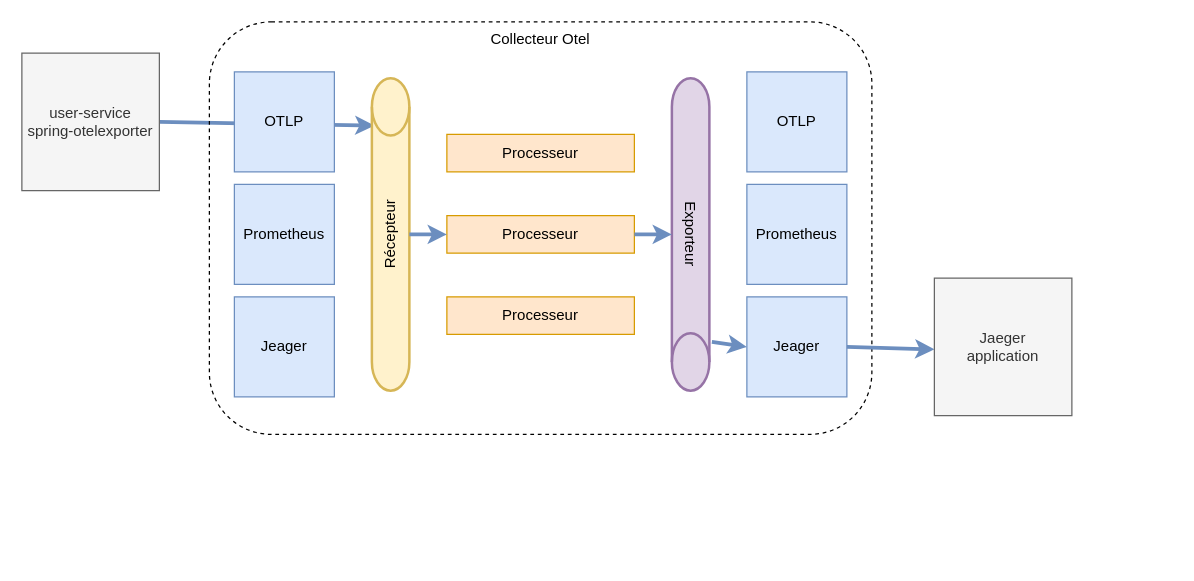
The draw.io diagram images/otel.drawio in chvois1/otel-spring, before the edit. Source tidied: cells renumbered, new cells numbered last; positions are measured from the earlier drawing's top-left corner, leaving out a move shared by most shapes. Both pictures are drawn from the tidied source at 125%, with x=0, y=0 at pixel (21, 21).
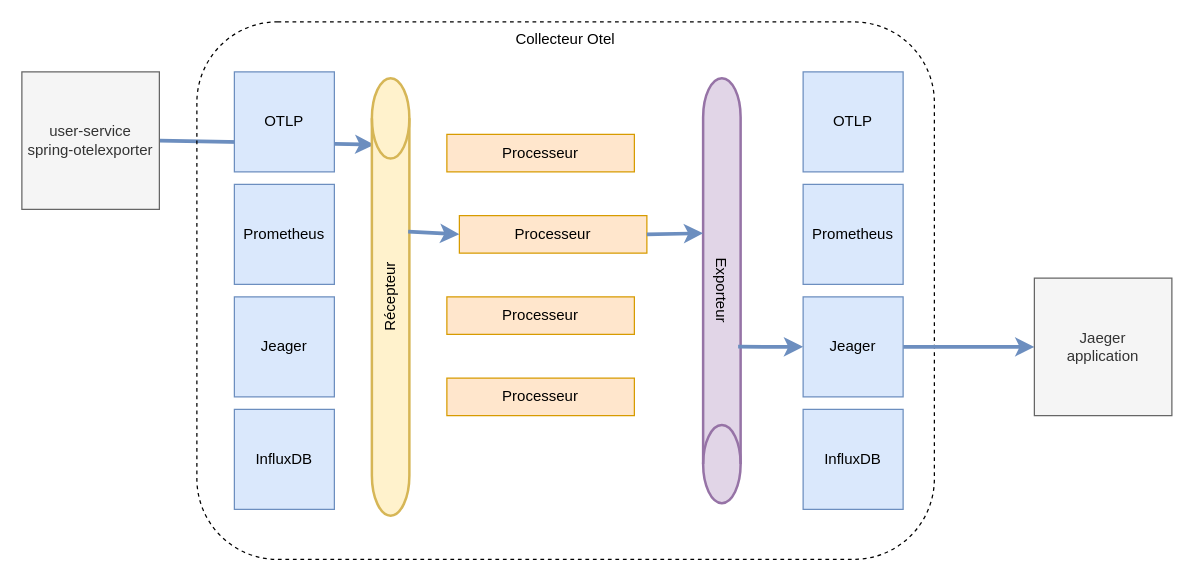
After the change.

Change to the diagram source:
```diff
@@
-    <mxCell id="2" style="endArrow=classic;html=1;rounded=0;strokeWidth=3;fillColor=#dae8fc;strokeColor=#6c8ebf;entryX=0.848;entryY=0.067;entryDx=0;entryDy=0;entryPerimeter=0;" parent="1" edge="1" target="7">
-      <mxGeometry relative="1" as="geometry">
-        <mxPoint x="110" y="80" as="sourcePoint" />
-      </mxGeometry>
+    <mxCell id="2" style="endArrow=classic;html=1;rounded=0;strokeWidth=3;fillColor=#dae8fc;strokeColor=#6c8ebf;entryX=0.848;entryY=0.067;entryDx=0;entryDy=0;entryPerimeter=0;exitX=1;exitY=0.5;exitDx=0;exitDy=0;" parent="1" edge="1" source="19" target="7">
+      <mxGeometry relative="1" as="geometry" />
     </mxCell>
     <mxCell id="3" value="Collecteur Otel" style="rounded=1;whiteSpace=wrap;html=1;fillColor=none;dashed=1;align=center;verticalAlign=top;" parent="1" vertex="1">
-      <mxGeometry x="150" width="530" height="330" as="geometry" />
+      <mxGeometry x="140" width="590" height="430" as="geometry" />
     </mxCell>
@@
     <mxCell id="7" value="Récepteur" style="strokeWidth=2;html=1;shape=mxgraph.flowchart.direct_data;whiteSpace=wrap;rotation=-90;fillColor=#fff2cc;strokeColor=#d6b656;" parent="1" vertex="1">
-      <mxGeometry x="170" y="155" width="250" height="30" as="geometry" />
+      <mxGeometry x="120" y="205" width="350" height="30" as="geometry" />
     </mxCell>
     <mxCell id="8" value="Exporteur" style="strokeWidth=2;html=1;shape=mxgraph.flowchart.direct_data;whiteSpace=wrap;rotation=90;fillColor=#e1d5e7;strokeColor=#9673a6;" parent="1" vertex="1">
-      <mxGeometry x="410" y="155" width="250" height="30" as="geometry" />
+      <mxGeometry x="390" y="200" width="340" height="30" as="geometry" />
     </mxCell>
     <mxCell id="9" value="OTLP" style="whiteSpace=wrap;html=1;fillColor=#dae8fc;strokeColor=#6c8ebf;" parent="1" vertex="1">
-      <mxGeometry x="580" y="40" width="80" height="80" as="geometry" />
+      <mxGeometry x="625" y="40" width="80" height="80" as="geometry" />
     </mxCell>
-    <mxCell id="10" value="Jeager" style="whiteSpace=wrap;html=1;fillColor=#dae8fc;strokeColor=#6c8ebf;" parent="1" vertex="1">
-      <mxGeometry x="580" y="220" width="80" height="80" as="geometry" />
-    </mxCell>
     <mxCell id="11" value="Prometheus" style="whiteSpace=wrap;html=1;fillColor=#dae8fc;strokeColor=#6c8ebf;" parent="1" vertex="1">
-      <mxGeometry x="580" y="130" width="80" height="80" as="geometry" />
+      <mxGeometry x="625" y="130" width="80" height="80" as="geometry" />
     </mxCell>
@@
     <mxCell id="13" value="Processeur" style="rounded=0;whiteSpace=wrap;html=1;fillColor=#ffe6cc;strokeColor=#d79b00;" parent="1" vertex="1">
-      <mxGeometry x="340" y="155" width="150" height="30" as="geometry" />
+      <mxGeometry x="350" y="155" width="150" height="30" as="geometry" />
     </mxCell>
@@
-    <mxCell id="15" style="endArrow=classic;html=1;rounded=0;strokeWidth=3;fillColor=#dae8fc;strokeColor=#6c8ebf;entryX=0;entryY=0.5;entryDx=0;entryDy=0;exitX=0.5;exitY=1;exitDx=0;exitDy=0;exitPerimeter=0;" parent="1" edge="1" source="7" target="13">
+    <mxCell id="15" style="endArrow=classic;html=1;rounded=0;strokeWidth=3;fillColor=#dae8fc;strokeColor=#6c8ebf;entryX=0;entryY=0.5;entryDx=0;entryDy=0;exitX=0.649;exitY=0.967;exitDx=0;exitDy=0;exitPerimeter=0;" parent="1" edge="1" source="7" target="13">
       <mxGeometry relative="1" as="geometry" />
     </mxCell>
-    <mxCell id="16" style="endArrow=classic;html=1;rounded=0;strokeWidth=3;fillColor=#dae8fc;strokeColor=#6c8ebf;entryX=0.5;entryY=1;entryDx=0;entryDy=0;exitX=1;exitY=0.5;exitDx=0;exitDy=0;entryPerimeter=0;" parent="1" edge="1" source="13" target="8">
+    <mxCell id="16" style="endArrow=classic;html=1;rounded=0;strokeWidth=3;fillColor=#dae8fc;strokeColor=#6c8ebf;entryX=0.365;entryY=1;entryDx=0;entryDy=0;exitX=1;exitY=0.5;exitDx=0;exitDy=0;entryPerimeter=0;" parent="1" edge="1" source="13" target="8">
       <mxGeometry relative="1" as="geometry" />
     </mxCell>
-    <mxCell id="17" style="endArrow=classic;html=1;rounded=0;strokeWidth=3;fillColor=#dae8fc;strokeColor=#6c8ebf;exitX=0.844;exitY=-0.067;exitDx=0;exitDy=0;exitPerimeter=0;entryX=0;entryY=0.5;entryDx=0;entryDy=0;" parent="1" edge="1" source="8" target="10">
+    <mxCell id="17" style="endArrow=classic;html=1;rounded=0;strokeWidth=3;fillColor=#dae8fc;strokeColor=#6c8ebf;entryX=0;entryY=0.5;entryDx=0;entryDy=0;exitX=0.632;exitY=0.067;exitDx=0;exitDy=0;exitPerimeter=0;" parent="1" edge="1" source="8" target="10">
       <mxGeometry relative="1" as="geometry" />
     </mxCell>
-    <mxCell id="18" style="endArrow=classic;html=1;rounded=0;strokeWidth=3;fillColor=#dae8fc;strokeColor=#6c8ebf;" parent="1" edge="1">
-      <mxGeometry relative="1" as="geometry">
-        <mxPoint x="660" y="260" as="sourcePoint" />
-        <mxPoint x="730" y="262" as="targetPoint" />
-      </mxGeometry>
+    <mxCell id="18" style="endArrow=classic;html=1;rounded=0;strokeWidth=3;fillColor=#dae8fc;strokeColor=#6c8ebf;entryX=0;entryY=0.5;entryDx=0;entryDy=0;" parent="1" edge="1" source="10" target="20">
+      <mxGeometry relative="1" as="geometry" />
     </mxCell>
     <mxCell id="19" value="user-service&lt;br&gt;spring-otelexporter" style="whiteSpace=wrap;html=1;fillColor=#f5f5f5;strokeColor=#666666;fontColor=#333333;" parent="1" vertex="1">
-      <mxGeometry y="25" width="110" height="110" as="geometry" />
+      <mxGeometry y="40" width="110" height="110" as="geometry" />
     </mxCell>
     <mxCell id="20" value="Jaeger &lt;br&gt;application" style="whiteSpace=wrap;html=1;fillColor=#f5f5f5;strokeColor=#666666;fontColor=#333333;" parent="1" vertex="1">
-      <mxGeometry x="730" y="205" width="110" height="110" as="geometry" />
+      <mxGeometry x="810" y="205" width="110" height="110" as="geometry" />
     </mxCell>
+    <mxCell id="21" value="InfluxDB" style="whiteSpace=wrap;html=1;fillColor=#dae8fc;strokeColor=#6c8ebf;" parent="1" vertex="1">
+      <mxGeometry x="170" y="310" width="80" height="80" as="geometry" />
+    </mxCell>
+    <mxCell id="22" value="InfluxDB" style="whiteSpace=wrap;html=1;fillColor=#dae8fc;strokeColor=#6c8ebf;" parent="1" vertex="1">
+      <mxGeometry x="625" y="310" width="80" height="80" as="geometry" />
+    </mxCell>
+    <mxCell id="23" value="Processeur" style="rounded=0;whiteSpace=wrap;html=1;fillColor=#ffe6cc;strokeColor=#d79b00;" parent="1" vertex="1">
+      <mxGeometry x="340" y="285" width="150" height="30" as="geometry" />
+    </mxCell>
+    <mxCell id="24" style="endArrow=classic;html=1;rounded=0;strokeWidth=3;fillColor=#dae8fc;strokeColor=#6c8ebf;entryX=0;entryY=0.5;entryDx=0;entryDy=0;" parent="1" edge="1" target="10">
+      <mxGeometry relative="1" as="geometry">
+        <mxPoint x="660" y="260" as="sourcePoint" />
+      </mxGeometry>
+    </mxCell>
+    <mxCell id="10" value="Jeager" style="whiteSpace=wrap;html=1;fillColor=#dae8fc;strokeColor=#6c8ebf;" parent="1" vertex="1">
+      <mxGeometry x="625" y="220" width="80" height="80" as="geometry" />
+    </mxCell>
```
